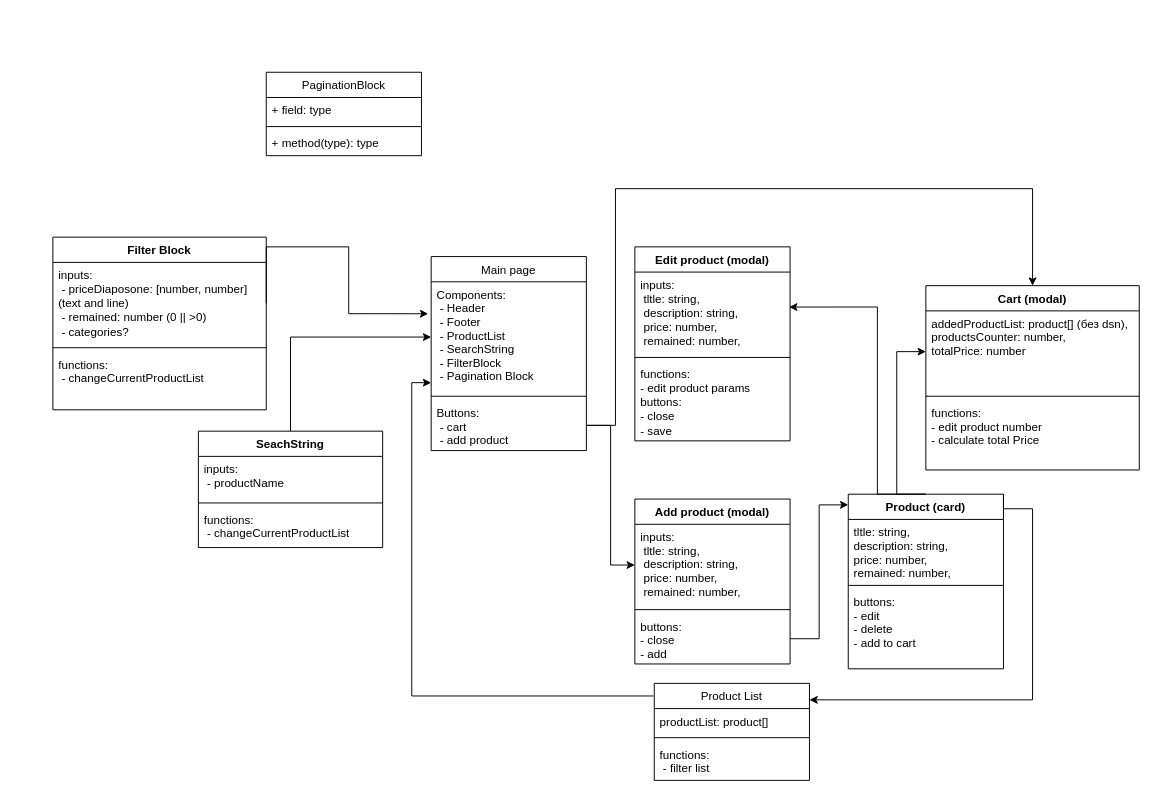
FulgrimPhoenix/My-UML keeps this draw.io diagram as Диаграмма без названия.drawio. Above is the earlier version. Source tidied: cells renumbered, new cells numbered last; positions are measured from the earlier drawing's top-left corner, leaving out a move shared by most shapes. Both pictures are drawn from the tidied source at 97%, with x=0, y=0 at pixel (52, 72).
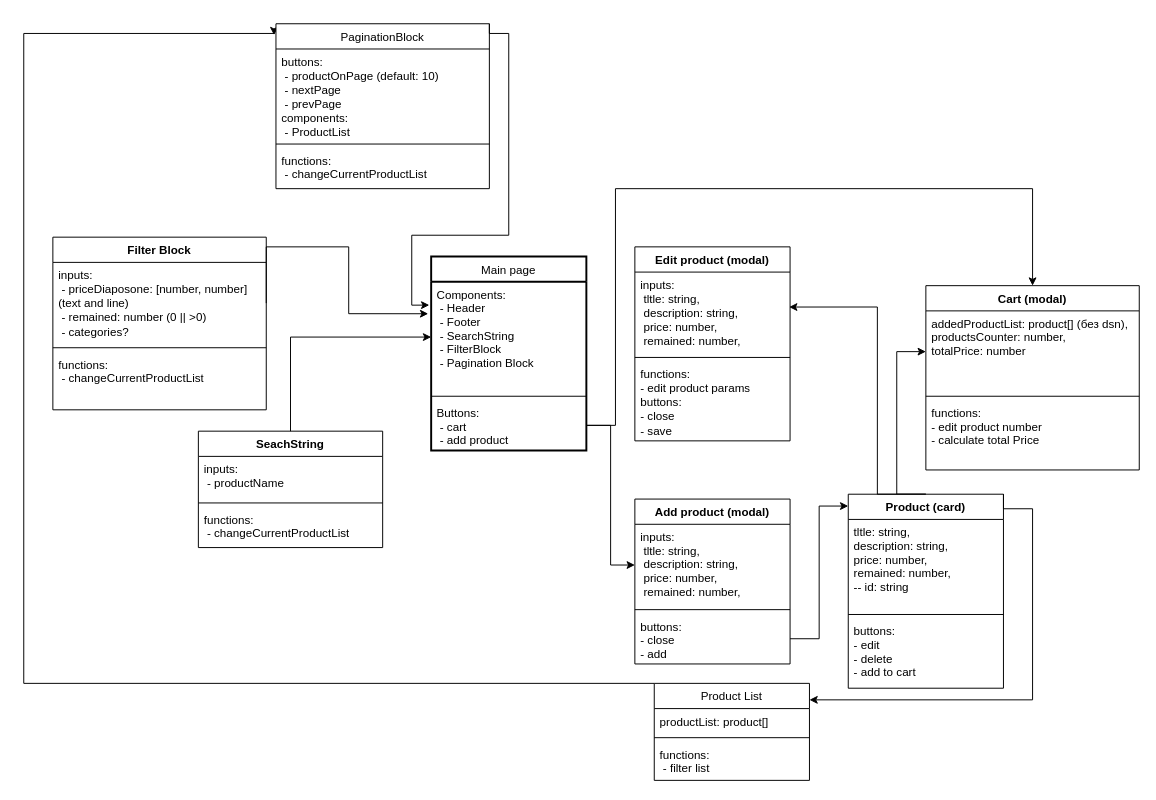
Above is the later version.

Unchanged cells that the change refers to:
```xml
<mxCell id="15" value="Product List" style="swimlane;fontStyle=0;align=center;verticalAlign=top;horizontal=1;startSize=26;rounded=0;shadow=0;strokeWidth=1;" parent="1" vertex="1">
  <mxGeometry x="620" y="630" width="160" height="100" as="geometry" />
</mxCell>
```

The edit, as a diff of the source:
```diff
@@
     <mxCell id="3" value="Product (card)" style="swimlane;fontStyle=1;align=center;verticalAlign=top;horizontal=1;startSize=26;rounded=0;shadow=0;strokeWidth=1;" parent="1" vertex="1">
-      <mxGeometry x="820" y="435" width="160" height="180" as="geometry" />
+      <mxGeometry x="820" y="435" width="160" height="200" as="geometry" />
     </mxCell>
-    <mxCell id="4" value="tltle: string,&#10;description: string,&#10;price: number,&#10;remained: number,&#10;" style="text;align=left;verticalAlign=top;spacingLeft=4;spacingRight=4;overflow=hidden;" parent="3" vertex="1">
-      <mxGeometry y="26" width="160" height="64" as="geometry" />
+    <mxCell id="4" value="tltle: string,&#10;description: string,&#10;price: number,&#10;remained: number,&#10;-- id: string" style="text;align=left;verticalAlign=top;spacingLeft=4;spacingRight=4;overflow=hidden;" parent="3" vertex="1">
+      <mxGeometry y="26" width="160" height="94" as="geometry" />
     </mxCell>
     <mxCell id="5" style="line;html=1;strokeWidth=1;align=left;verticalAlign=middle;spacingTop=-1;spacingLeft=3;spacingRight=3;labelPosition=right;" parent="3" vertex="1">
-      <mxGeometry y="90" width="160" height="8" as="geometry" />
+      <mxGeometry y="120" width="160" height="8" as="geometry" />
     </mxCell>
     <mxCell id="6" value="buttons:&#10;- edit&#10;- delete&#10;- add to cart" style="text;align=left;verticalAlign=top;spacingLeft=4;spacingRight=4;overflow=hidden;" parent="3" vertex="1">
-      <mxGeometry y="98" width="160" height="72" as="geometry" />
+      <mxGeometry y="128" width="160" height="72" as="geometry" />
     </mxCell>
-    <mxCell id="7" value="Main page" style="swimlane;fontStyle=0;align=center;verticalAlign=top;horizontal=1;startSize=26;rounded=0;shadow=0;strokeWidth=1;" parent="1" vertex="1">
+    <mxCell id="7" value="Main page" style="swimlane;fontStyle=0;align=center;verticalAlign=top;horizontal=1;startSize=26;rounded=0;shadow=0;strokeWidth=2;gradientColor=none;" parent="1" vertex="1">
       <mxGeometry x="390" y="190" width="160" height="200" as="geometry" />
     </mxCell>
-    <mxCell id="8" value="Components:&#10; - Header&#10; - Footer&#10; - ProductList&#10; - SearchString&#10; - FilterBlock&#10; - Pagination Block&#10;" style="text;align=left;verticalAlign=top;spacingLeft=4;spacingRight=4;overflow=hidden;points=[[0,0.5],[1,0.5]];portConstraint=eastwest;" parent="7" vertex="1">
+    <mxCell id="8" value="Components:&#10; - Header&#10; - Footer&#10; - SearchString&#10; - FilterBlock&#10; - Pagination Block&#10;" style="text;align=left;verticalAlign=top;spacingLeft=4;spacingRight=4;overflow=hidden;points=[[0,0.5],[1,0.5]];portConstraint=eastwest;" parent="7" vertex="1">
       <mxGeometry y="26" width="160" height="114" as="geometry" />
     </mxCell>
@@
+    <mxCell id="47" style="edgeStyle=orthogonalEdgeStyle;rounded=0;jettySize=auto;html=1;exitX=0;exitY=0;exitDx=0;exitDy=0;entryX=-0.009;entryY=0.069;entryDx=0;entryDy=0;entryPerimeter=0;" parent="1" edge="1" source="15" target="43">
+      <mxGeometry relative="1" as="geometry">
+        <Array as="points">
+          <mxPoint x="-30" y="630" />
+          <mxPoint x="-30" y="-40" />
+        </Array>
+      </mxGeometry>
+    </mxCell>
@@
-    <mxCell id="31" style="edgeStyle=orthogonalEdgeStyle;rounded=0;jettySize=auto;html=1;exitX=-0.006;exitY=0.13;exitDx=0;exitDy=0;exitPerimeter=0;" parent="1" edge="1" source="15" target="8">
-      <mxGeometry relative="1" as="geometry">
-        <Array as="points">
-          <mxPoint x="370" y="643" />
-          <mxPoint x="370" y="320" />
-        </Array>
-      </mxGeometry>
-    </mxCell>
@@
     <mxCell id="43" value="&lt;span style=&quot;font-weight: 400;&quot;&gt;PaginationBlock&lt;/span&gt;" style="swimlane;fontStyle=1;align=center;verticalAlign=top;horizontal=1;startSize=26;whiteSpace=wrap;html=1;" parent="1" vertex="1">
-      <mxGeometry x="220" width="160" height="86" as="geometry" />
+      <mxGeometry x="230" y="-50" width="220" height="170" as="geometry" />
     </mxCell>
-    <mxCell id="44" value="+ field: type" style="text;strokeColor=none;fillColor=none;align=left;verticalAlign=top;spacingLeft=4;spacingRight=4;overflow=hidden;whiteSpace=wrap;html=1;" parent="43" vertex="1">
-      <mxGeometry y="26" width="160" height="26" as="geometry" />
+    <mxCell id="44" value="buttons:&amp;nbsp;&lt;div&gt;&amp;nbsp;- productOnPage (default: 10)&lt;/div&gt;&lt;div&gt;&amp;nbsp;- nextPage&lt;/div&gt;&lt;div&gt;&amp;nbsp;- prevPage&lt;/div&gt;&lt;div&gt;components:&lt;/div&gt;&lt;div&gt;&amp;nbsp;- ProductList&lt;/div&gt;" style="text;strokeColor=none;fillColor=none;align=left;verticalAlign=top;spacingLeft=4;spacingRight=4;overflow=hidden;whiteSpace=wrap;html=1;" parent="43" vertex="1">
+      <mxGeometry y="26" width="220" height="94" as="geometry" />
     </mxCell>
     <mxCell id="45" style="line;strokeWidth=1;fillColor=none;align=left;verticalAlign=middle;spacingTop=-1;spacingLeft=3;spacingRight=3;labelPosition=right;strokeColor=inherit;" parent="43" vertex="1">
-      <mxGeometry y="52" width="160" height="8" as="geometry" />
+      <mxGeometry y="120" width="220" height="8" as="geometry" />
     </mxCell>
-    <mxCell id="46" value="+ method(type): type" style="text;strokeColor=none;fillColor=none;align=left;verticalAlign=top;spacingLeft=4;spacingRight=4;overflow=hidden;whiteSpace=wrap;html=1;" parent="43" vertex="1">
-      <mxGeometry y="60" width="160" height="26" as="geometry" />
+    <mxCell id="46" value="functions:&lt;div&gt;&amp;nbsp;- changeCurrentProductList&lt;/div&gt;" style="text;strokeColor=none;fillColor=none;align=left;verticalAlign=top;spacingLeft=4;spacingRight=4;overflow=hidden;whiteSpace=wrap;html=1;" parent="43" vertex="1">
+      <mxGeometry y="128" width="220" height="42" as="geometry" />
     </mxCell>
+    <mxCell id="48" style="edgeStyle=orthogonalEdgeStyle;rounded=0;jettySize=auto;html=1;exitX=1;exitY=0;exitDx=0;exitDy=0;entryX=-0.012;entryY=0.211;entryDx=0;entryDy=0;entryPerimeter=0;" parent="1" edge="1" source="43" target="8">
+      <mxGeometry relative="1" as="geometry">
+        <Array as="points">
+          <mxPoint x="450" y="-40" />
+          <mxPoint x="470" y="-40" />
+          <mxPoint x="470" y="168" />
+          <mxPoint x="370" y="168" />
+          <mxPoint x="370" y="240" />
+        </Array>
+      </mxGeometry>
+    </mxCell>
```
